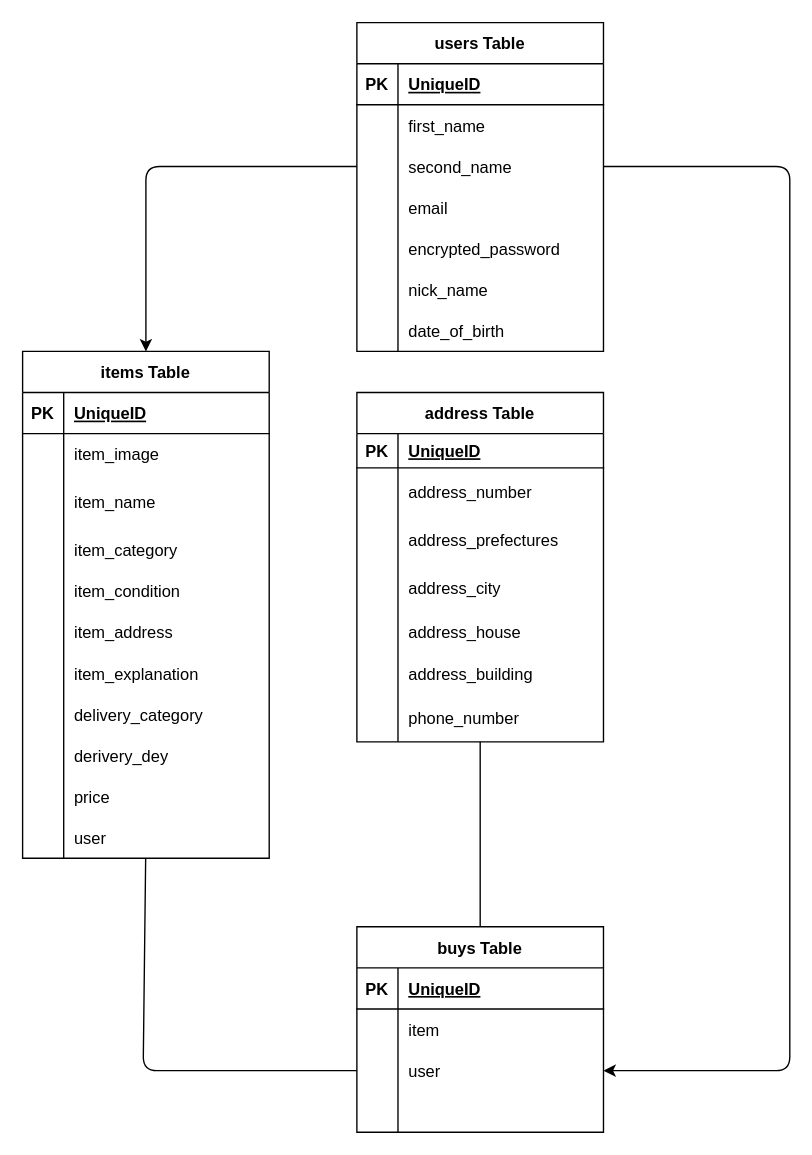
Earlier version of the draw.io diagram furima.dio (gotoshingo/furima-38095). Source tidied: cells renumbered, new cells numbered last; positions are measured from the earlier drawing's top-left corner, leaving out a move shared by most shapes. Both pictures are drawn from the tidied source at 137%, with x=0, y=0 at pixel (22, 22).
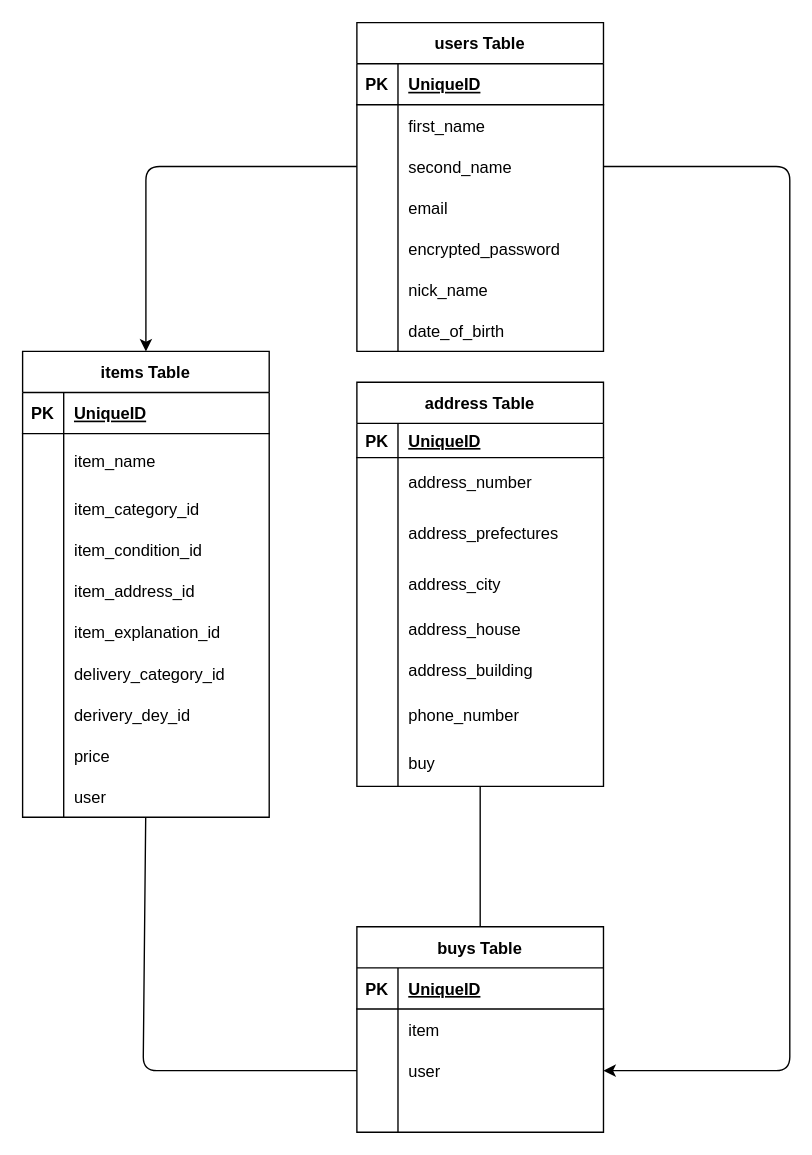
The same page after the edit.

The change refers to these unchanged cells:
```xml
<mxCell id="25" value="buys Table" style="shape=table;startSize=30;childLayout=tableLayout;rowLines=0;fontStyle=1;align=center;" parent="1" vertex="1">
  <mxGeometry x="244" y="660" width="180" height="150" as="geometry" />
</mxCell>
```

Change to the diagram source:
```diff
@@
     <mxCell id="38" value="items Table" style="shape=table;startSize=30;childLayout=tableLayout;rowLines=0;fontStyle=1;align=center;" parent="1" vertex="1">
-      <mxGeometry y="240" width="180" height="370" as="geometry" />
+      <mxGeometry y="240" width="180" height="340" as="geometry" />
     </mxCell>
@@
-    <mxCell id="42" style="shape=partialRectangle;fillColor=none;top=0;left=0;bottom=0;right=0;" parent="38" vertex="1">
-      <mxGeometry y="60" width="180" height="30" as="geometry" />
-    </mxCell>
-    <mxCell id="43" style="shape=partialRectangle;fillColor=none;top=0;left=0;bottom=0;right=0;overflow=hidden;" parent="42" vertex="1">
-      <mxGeometry width="30" height="30" as="geometry" />
-    </mxCell>
-    <mxCell id="44" value="item_image" style="shape=partialRectangle;fillColor=none;top=0;left=0;bottom=0;right=0;align=left;spacingLeft=6;overflow=hidden;" parent="42" vertex="1">
-      <mxGeometry x="30" width="150" height="30" as="geometry" />
-    </mxCell>
     <mxCell id="45" style="shape=partialRectangle;fillColor=none;top=0;left=0;bottom=0;right=0;" parent="38" vertex="1">
-      <mxGeometry y="90" width="180" height="40" as="geometry" />
+      <mxGeometry y="60" width="180" height="40" as="geometry" />
     </mxCell>
@@
     <mxCell id="48" style="shape=partialRectangle;fillColor=none;top=0;left=0;bottom=0;right=0;" parent="38" vertex="1">
-      <mxGeometry y="130" width="180" height="30" as="geometry" />
+      <mxGeometry y="100" width="180" height="30" as="geometry" />
     </mxCell>
@@
-    <mxCell id="50" value="item_category" style="shape=partialRectangle;fillColor=none;top=0;left=0;bottom=0;right=0;align=left;spacingLeft=6;overflow=hidden;" parent="48" vertex="1">
+    <mxCell id="50" value="item_category_id" style="shape=partialRectangle;fillColor=none;top=0;left=0;bottom=0;right=0;align=left;spacingLeft=6;overflow=hidden;" parent="48" vertex="1">
       <mxGeometry x="30" width="150" height="30" as="geometry" />
     </mxCell>
     <mxCell id="51" style="shape=partialRectangle;fillColor=none;top=0;left=0;bottom=0;right=0;" parent="38" vertex="1">
-      <mxGeometry y="160" width="180" height="30" as="geometry" />
+      <mxGeometry y="130" width="180" height="30" as="geometry" />
     </mxCell>
@@
-    <mxCell id="53" value="item_condition" style="shape=partialRectangle;fillColor=none;top=0;left=0;bottom=0;right=0;align=left;spacingLeft=6;overflow=hidden;" parent="51" vertex="1">
+    <mxCell id="53" value="item_condition_id" style="shape=partialRectangle;fillColor=none;top=0;left=0;bottom=0;right=0;align=left;spacingLeft=6;overflow=hidden;" parent="51" vertex="1">
       <mxGeometry x="30" width="150" height="30" as="geometry" />
     </mxCell>
     <mxCell id="54" style="shape=partialRectangle;fillColor=none;top=0;left=0;bottom=0;right=0;" parent="38" vertex="1">
-      <mxGeometry y="190" width="180" height="30" as="geometry" />
+      <mxGeometry y="160" width="180" height="30" as="geometry" />
     </mxCell>
@@
-    <mxCell id="56" value="item_address" style="shape=partialRectangle;fillColor=none;top=0;left=0;bottom=0;right=0;align=left;spacingLeft=6;overflow=hidden;" parent="54" vertex="1">
+    <mxCell id="56" value="item_address_id" style="shape=partialRectangle;fillColor=none;top=0;left=0;bottom=0;right=0;align=left;spacingLeft=6;overflow=hidden;" parent="54" vertex="1">
       <mxGeometry x="30" width="150" height="30" as="geometry" />
     </mxCell>
     <mxCell id="57" style="shape=partialRectangle;fillColor=none;top=0;left=0;bottom=0;right=0;" parent="38" vertex="1">
-      <mxGeometry y="220" width="180" height="30" as="geometry" />
+      <mxGeometry y="190" width="180" height="30" as="geometry" />
     </mxCell>
@@
-    <mxCell id="59" value="item_explanation" style="shape=partialRectangle;fillColor=none;top=0;left=0;bottom=0;right=0;align=left;spacingLeft=6;overflow=hidden;" parent="57" vertex="1">
+    <mxCell id="59" value="item_explanation_id" style="shape=partialRectangle;fillColor=none;top=0;left=0;bottom=0;right=0;align=left;spacingLeft=6;overflow=hidden;" parent="57" vertex="1">
       <mxGeometry x="30" width="150" height="30" as="geometry" />
     </mxCell>
     <mxCell id="60" style="shape=partialRectangle;fillColor=none;top=0;left=0;bottom=0;right=0;" parent="38" vertex="1">
-      <mxGeometry y="250" width="180" height="30" as="geometry" />
+      <mxGeometry y="220" width="180" height="30" as="geometry" />
     </mxCell>
@@
-    <mxCell id="62" value="delivery_category" style="shape=partialRectangle;fillColor=none;top=0;left=0;bottom=0;right=0;align=left;spacingLeft=6;overflow=hidden;" parent="60" vertex="1">
+    <mxCell id="62" value="delivery_category_id" style="shape=partialRectangle;fillColor=none;top=0;left=0;bottom=0;right=0;align=left;spacingLeft=6;overflow=hidden;" parent="60" vertex="1">
       <mxGeometry x="30" width="150" height="30" as="geometry" />
     </mxCell>
     <mxCell id="63" style="shape=partialRectangle;fillColor=none;top=0;left=0;bottom=0;right=0;" parent="38" vertex="1">
-      <mxGeometry y="280" width="180" height="30" as="geometry" />
+      <mxGeometry y="250" width="180" height="30" as="geometry" />
     </mxCell>
@@
-    <mxCell id="65" value="derivery_dey" style="shape=partialRectangle;fillColor=none;top=0;left=0;bottom=0;right=0;align=left;spacingLeft=6;overflow=hidden;" parent="63" vertex="1">
+    <mxCell id="65" value="derivery_dey_id" style="shape=partialRectangle;fillColor=none;top=0;left=0;bottom=0;right=0;align=left;spacingLeft=6;overflow=hidden;" parent="63" vertex="1">
       <mxGeometry x="30" width="150" height="30" as="geometry" />
     </mxCell>
     <mxCell id="66" style="shape=partialRectangle;fillColor=none;top=0;left=0;bottom=0;right=0;" parent="38" vertex="1">
-      <mxGeometry y="310" width="180" height="30" as="geometry" />
+      <mxGeometry y="280" width="180" height="30" as="geometry" />
     </mxCell>
@@
     <mxCell id="69" style="shape=partialRectangle;fillColor=none;top=0;left=0;bottom=0;right=0;points=[[0,0.5],[1,0.5]];portConstraint=eastwest;" parent="38" vertex="1">
-      <mxGeometry y="340" width="180" height="30" as="geometry" />
+      <mxGeometry y="310" width="180" height="30" as="geometry" />
     </mxCell>
@@
     <mxCell id="72" value="address Table" style="shape=table;startSize=30;childLayout=tableLayout;rowLines=0;fontStyle=1;align=center;" parent="1" vertex="1">
-      <mxGeometry x="244" y="270" width="180" height="255" as="geometry" />
+      <mxGeometry x="244" y="262.5" width="180" height="295" as="geometry" />
     </mxCell>
@@
     <mxCell id="79" style="shape=partialRectangle;fillColor=none;top=0;left=0;bottom=0;right=0;" parent="72" vertex="1">
-      <mxGeometry y="90" width="180" height="35" as="geometry" />
+      <mxGeometry y="90" width="180" height="40" as="geometry" />
     </mxCell>
     <mxCell id="80" style="shape=partialRectangle;fillColor=none;top=0;left=0;bottom=0;right=0;overflow=hidden;" parent="79" vertex="1">
-      <mxGeometry width="30" height="35" as="geometry" />
+      <mxGeometry width="30" height="40" as="geometry" />
     </mxCell>
     <mxCell id="81" value="address_prefectures" style="shape=partialRectangle;fillColor=none;top=0;left=0;bottom=0;right=0;align=left;spacingLeft=6;overflow=hidden;" parent="79" vertex="1">
-      <mxGeometry x="30" width="150" height="35" as="geometry" />
+      <mxGeometry x="30" width="150" height="40" as="geometry" />
     </mxCell>
     <mxCell id="82" style="shape=partialRectangle;fillColor=none;top=0;left=0;bottom=0;right=0;" parent="72" vertex="1">
-      <mxGeometry y="125" width="180" height="35" as="geometry" />
+      <mxGeometry y="130" width="180" height="35" as="geometry" />
     </mxCell>
@@
     <mxCell id="85" style="shape=partialRectangle;fillColor=none;top=0;left=0;bottom=0;right=0;" parent="72" vertex="1">
-      <mxGeometry y="160" width="180" height="30" as="geometry" />
+      <mxGeometry y="165" width="180" height="30" as="geometry" />
     </mxCell>
@@
     <mxCell id="88" style="shape=partialRectangle;fillColor=none;top=0;left=0;bottom=0;right=0;" parent="72" vertex="1">
-      <mxGeometry y="190" width="180" height="30" as="geometry" />
+      <mxGeometry y="195" width="180" height="30" as="geometry" />
     </mxCell>
@@
     <mxCell id="91" style="shape=partialRectangle;fillColor=none;top=0;left=0;bottom=0;right=0;points=[[0,0.5],[1,0.5]];portConstraint=eastwest;" parent="72" vertex="1">
-      <mxGeometry y="220" width="180" height="35" as="geometry" />
+      <mxGeometry y="225" width="180" height="35" as="geometry" />
     </mxCell>
@@
+    <mxCell id="97" style="shape=partialRectangle;fillColor=none;top=0;left=0;bottom=0;right=0;points=[[0,0.5],[1,0.5]];portConstraint=eastwest;" parent="72" vertex="1">
+      <mxGeometry y="260" width="180" height="35" as="geometry" />
+    </mxCell>
+    <mxCell id="98" style="shape=partialRectangle;fillColor=none;top=0;left=0;bottom=0;right=0;overflow=hidden;" parent="97" vertex="1">
+      <mxGeometry width="30" height="35" as="geometry" />
+    </mxCell>
+    <mxCell id="99" value="buy" style="shape=partialRectangle;fillColor=none;top=0;left=0;bottom=0;right=0;align=left;spacingLeft=6;overflow=hidden;" parent="97" vertex="1">
+      <mxGeometry x="30" width="150" height="35" as="geometry" />
+    </mxCell>
@@
-    <mxCell id="96" style="endArrow=none;html=1;fontFamily=Helvetica;exitX=0.5;exitY=0;exitDx=0;exitDy=0;" parent="1" edge="1" source="25" target="91">
+    <mxCell id="96" style="endArrow=none;html=1;fontFamily=Helvetica;exitX=0.5;exitY=0;exitDx=0;exitDy=0;" parent="1" edge="1" source="25" target="97">
       <mxGeometry relative="1" as="geometry" />
     </mxCell>
```
